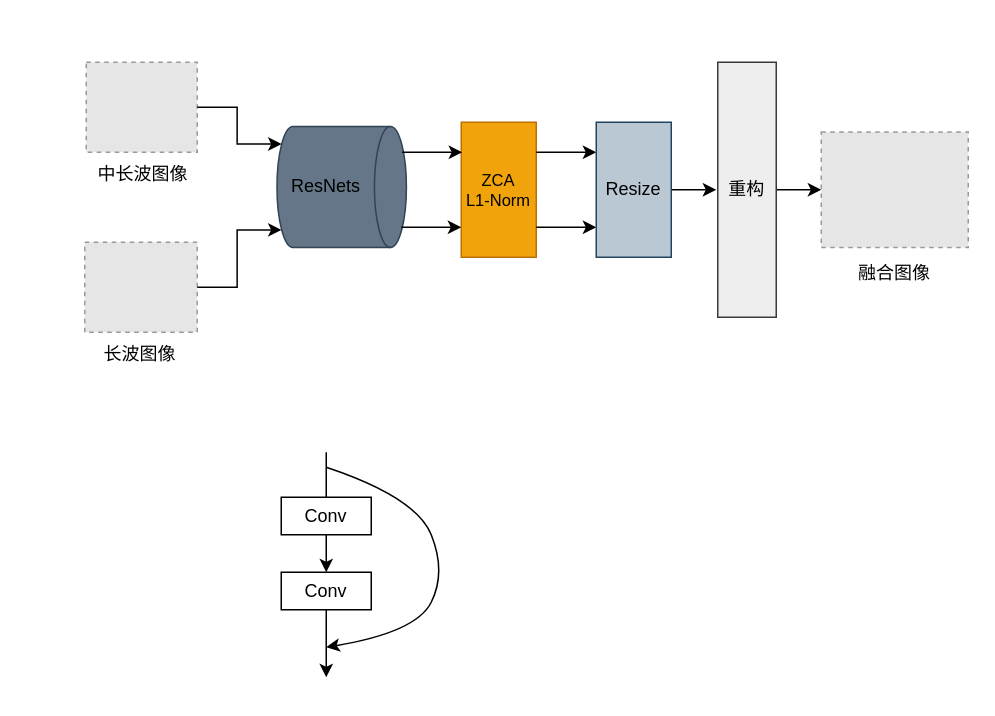
This is 33.drawio from ThrowYouARem/d2l-zh, a draw.io file, before an edit. Source tidied: cells renumbered, new cells numbered last; positions are measured from the earlier drawing's top-left corner, leaving out a move shared by most shapes. Both pictures are drawn from the tidied source at 150%, with x=0, y=0 at pixel (82, 62). Pictures stored in the file or linked from it are replaced by grey dashed boxes.
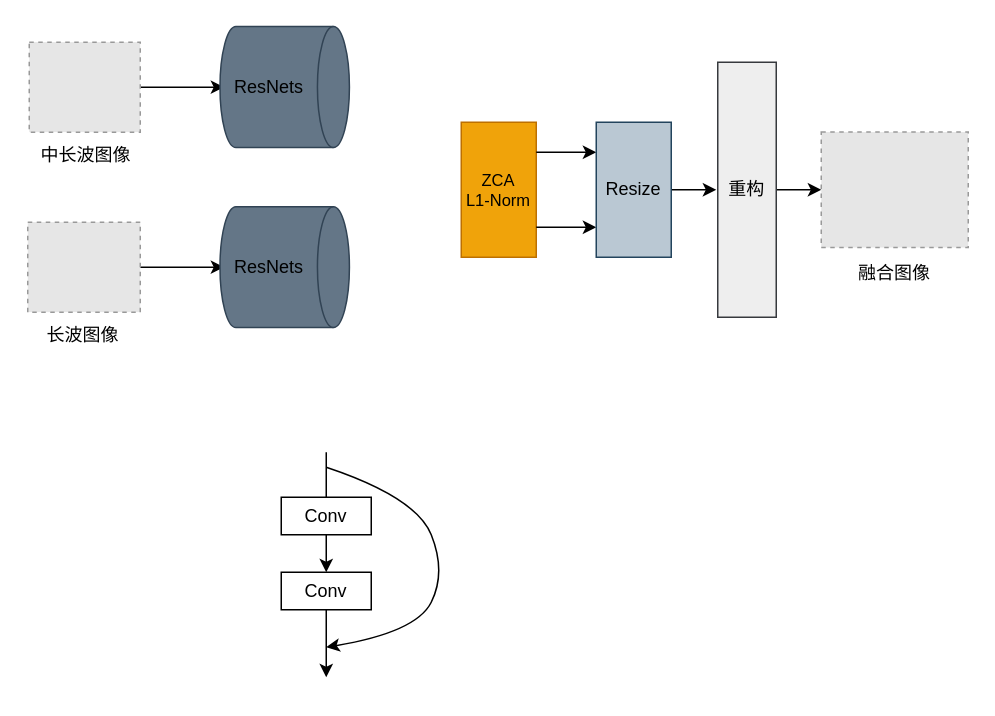
After the change.

What changed in the source:
```diff
@@
+    <mxCell id="27" style="edgeStyle=orthogonalEdgeStyle;rounded=0;jettySize=auto;html=1;entryX=0;entryY=0.5;entryDx=0;entryDy=0;" parent="1" edge="1" source="2" target="8">
+      <mxGeometry relative="1" as="geometry" />
+    </mxCell>
     <mxCell id="2" style="fillColor=#E6E6E6;strokeColor=#999999;dashed=1;verticalLabelPosition=bottom;labelBackgroundColor=default;verticalAlign=top;" parent="1" vertex="1">
-      <mxGeometry x="2" width="74" height="60" as="geometry" />
+      <mxGeometry x="-36" y="-13.4" width="74" height="60" as="geometry" />
     </mxCell>
+    <mxCell id="28" style="edgeStyle=orthogonalEdgeStyle;rounded=0;jettySize=auto;html=1;entryX=0;entryY=0.5;entryDx=0;entryDy=0;" parent="1" edge="1" source="3" target="30">
+      <mxGeometry relative="1" as="geometry" />
+    </mxCell>
     <mxCell id="3" style="fillColor=#E6E6E6;strokeColor=#999999;dashed=1;verticalLabelPosition=bottom;labelBackgroundColor=default;verticalAlign=top;" parent="1" vertex="1">
-      <mxGeometry x="1" y="120" width="75" height="60" as="geometry" />
+      <mxGeometry x="-37" y="106.6" width="75" height="60" as="geometry" />
     </mxCell>
@@
     <mxCell id="5" style="shape=cylinder3;whiteSpace=wrap;html=1;boundedLbl=1;backgroundOutline=1;size=10.665012207031225;rotation=90;fillColor=#647687;fontColor=#ffffff;strokeColor=#314354;" parent="1" vertex="1">
-      <mxGeometry x="132" y="40" width="80.6" height="86.3" as="geometry" />
+      <mxGeometry x="94" y="-26.6" width="80.6" height="86.3" as="geometry" />
     </mxCell>
-    <mxCell id="6" style="edgeStyle=orthogonalEdgeStyle;rounded=0;jettySize=auto;html=1;entryX=0.145;entryY=1;entryDx=0;entryDy=-3.092853540039055;entryPerimeter=0;" parent="1" edge="1" source="2" target="5">
-      <mxGeometry relative="1" as="geometry" />
-    </mxCell>
-    <mxCell id="7" style="edgeStyle=orthogonalEdgeStyle;rounded=0;jettySize=auto;html=1;entryX=0.855;entryY=1;entryDx=0;entryDy=-3.092853540039055;entryPerimeter=0;" parent="1" edge="1" source="3" target="5">
-      <mxGeometry relative="1" as="geometry" />
-    </mxCell>
     <mxCell id="8" value="ResNets" style="text;html=1;align=center;verticalAlign=middle;whiteSpace=wrap;rounded=0;" parent="1" vertex="1">
-      <mxGeometry x="132" y="68.2" width="60" height="30" as="geometry" />
+      <mxGeometry x="94" y="1.6" width="60" height="30" as="geometry" />
     </mxCell>
@@
-    <mxCell id="10" style="endArrow=classic;html=1;rounded=0;" parent="1" edge="1">
-      <mxGeometry relative="1" as="geometry">
-        <mxPoint x="212.6" y="60" as="sourcePoint" />
-        <mxPoint x="252.6" y="60" as="targetPoint" />
-      </mxGeometry>
-    </mxCell>
-    <mxCell id="11" style="endArrow=classic;html=1;rounded=0;" parent="1" edge="1">
-      <mxGeometry relative="1" as="geometry">
-        <mxPoint x="212" y="110" as="sourcePoint" />
-        <mxPoint x="252" y="110" as="targetPoint" />
-      </mxGeometry>
-    </mxCell>
@@
     <mxCell id="18" value="中长波图像" style="text;html=1;align=center;verticalAlign=middle;whiteSpace=wrap;rounded=0;" parent="1" vertex="1">
-      <mxGeometry x="2" y="60" width="76" height="30" as="geometry" />
+      <mxGeometry x="-36" y="46.6" width="76" height="30" as="geometry" />
     </mxCell>
     <mxCell id="19" value="长波图像" style="text;html=1;align=center;verticalAlign=middle;whiteSpace=wrap;rounded=0;" parent="1" vertex="1">
-      <mxGeometry y="180" width="76" height="30" as="geometry" />
+      <mxGeometry x="-38" y="166.6" width="76" height="30" as="geometry" />
     </mxCell>
@@
+    <mxCell id="29" style="shape=cylinder3;whiteSpace=wrap;html=1;boundedLbl=1;backgroundOutline=1;size=10.665012207031225;rotation=90;fillColor=#647687;fontColor=#ffffff;strokeColor=#314354;" parent="1" vertex="1">
+      <mxGeometry x="94" y="93.4" width="80.6" height="86.3" as="geometry" />
+    </mxCell>
+    <mxCell id="30" value="ResNets" style="text;html=1;align=center;verticalAlign=middle;whiteSpace=wrap;rounded=0;" parent="1" vertex="1">
+      <mxGeometry x="94" y="121.6" width="60" height="30" as="geometry" />
+    </mxCell>
```
